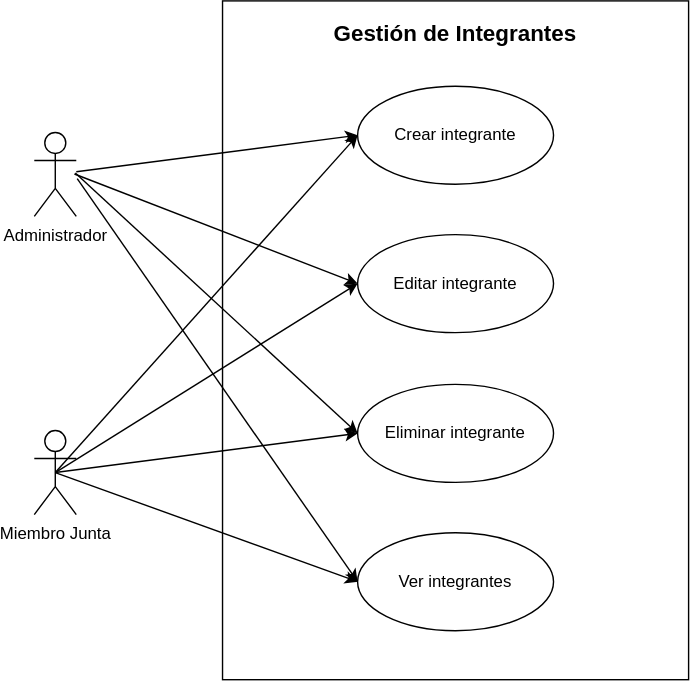
Manco312/Enjambre-EAFIT keeps this draw.io diagram as docs/diagrams/use case/Gestión de integrantes.svg. Above is the earlier version. Source tidied: cells renumbered, new cells last; positions are measured from the earlier drawing's top-left corner, leaving out a move shared by most shapes. Source of this version:
```xml
<mxGraphModel>
  <root>
    <mxCell id="0" />
    <mxCell id="1" parent="0" />
    <mxCell id="2" style="rounded=0;whiteSpace=wrap;html=1;fillColor=none;" parent="1" vertex="1">
      <mxGeometry x="134.5" width="333" height="485" as="geometry" />
    </mxCell>
    <mxCell id="3" value="Administrador" style="shape=umlActor;verticalLabelPosition=bottom;verticalAlign=top;html=1;outlineConnect=0;" parent="1" vertex="1">
      <mxGeometry y="94" width="30" height="60" as="geometry" />
    </mxCell>
    <mxCell id="4" value="Crear integrante" style="ellipse;whiteSpace=wrap;html=1;" parent="1" vertex="1">
      <mxGeometry x="231" y="61" width="140" height="70" as="geometry" />
    </mxCell>
    <mxCell id="5" value="Editar integrante" style="ellipse;whiteSpace=wrap;html=1;" parent="1" vertex="1">
      <mxGeometry x="231" y="167" width="140" height="70" as="geometry" />
    </mxCell>
    <mxCell id="6" value="Eliminar integrante" style="ellipse;whiteSpace=wrap;html=1;" parent="1" vertex="1">
      <mxGeometry x="231" y="274" width="140" height="70" as="geometry" />
    </mxCell>
    <mxCell id="7" value="Ver integrantes" style="ellipse;whiteSpace=wrap;html=1;" parent="1" vertex="1">
      <mxGeometry x="231" y="380" width="140" height="70" as="geometry" />
    </mxCell>
    <mxCell id="8" value="Miembro Junta" style="shape=umlActor;verticalLabelPosition=bottom;verticalAlign=top;html=1;outlineConnect=0;" parent="1" vertex="1">
      <mxGeometry y="307" width="30" height="60" as="geometry" />
    </mxCell>
    <mxCell id="9" value="Gestión de Integrantes" style="text;html=1;whiteSpace=wrap;strokeColor=none;fillColor=none;align=center;verticalAlign=middle;rounded=0;fontSize=16;fontStyle=1;" parent="1" vertex="1">
      <mxGeometry x="204" y="8" width="194" height="30" as="geometry" />
    </mxCell>
    <mxCell id="10" style="endArrow=classic;html=1;rounded=0;entryX=0;entryY=0.5;entryDx=0;entryDy=0;" parent="1" edge="1" source="3" target="4">
      <mxGeometry relative="1" as="geometry" />
    </mxCell>
    <mxCell id="11" style="endArrow=classic;html=1;rounded=0;entryX=0;entryY=0.5;entryDx=0;entryDy=0;" parent="1" edge="1" target="5">
      <mxGeometry relative="1" as="geometry">
        <mxPoint x="28.7" y="123.7" as="sourcePoint" />
      </mxGeometry>
    </mxCell>
    <mxCell id="12" style="endArrow=classic;html=1;rounded=0;entryX=0;entryY=0.5;entryDx=0;entryDy=0;" parent="1" edge="1" target="6">
      <mxGeometry relative="1" as="geometry">
        <mxPoint x="29.3" y="123" as="sourcePoint" />
      </mxGeometry>
    </mxCell>
    <mxCell id="13" style="endArrow=classic;html=1;rounded=0;entryX=0;entryY=0.5;entryDx=0;entryDy=0;" parent="1" edge="1" target="7">
      <mxGeometry relative="1" as="geometry">
        <mxPoint x="30.7" y="127" as="sourcePoint" />
      </mxGeometry>
    </mxCell>
    <mxCell id="14" style="endArrow=classic;html=1;rounded=0;exitX=0.5;exitY=0.5;exitDx=0;exitDy=0;exitPerimeter=0;entryX=0;entryY=0.5;entryDx=0;entryDy=0;" parent="1" edge="1" source="8" target="4">
      <mxGeometry relative="1" as="geometry" />
    </mxCell>
    <mxCell id="15" style="endArrow=classic;html=1;rounded=0;exitX=0.5;exitY=0.5;exitDx=0;exitDy=0;exitPerimeter=0;entryX=0;entryY=0.5;entryDx=0;entryDy=0;" parent="1" edge="1" source="8" target="5">
      <mxGeometry relative="1" as="geometry" />
    </mxCell>
    <mxCell id="16" style="endArrow=classic;html=1;rounded=0;exitX=0.5;exitY=0.5;exitDx=0;exitDy=0;exitPerimeter=0;entryX=0;entryY=0.5;entryDx=0;entryDy=0;" parent="1" edge="1" source="8" target="6">
      <mxGeometry relative="1" as="geometry" />
    </mxCell>
    <mxCell id="17" style="endArrow=classic;html=1;rounded=0;exitX=0.5;exitY=0.5;exitDx=0;exitDy=0;exitPerimeter=0;entryX=0;entryY=0.5;entryDx=0;entryDy=0;" parent="1" edge="1" source="8" target="7">
      <mxGeometry relative="1" as="geometry" />
    </mxCell>
  </root>
</mxGraphModel>
```
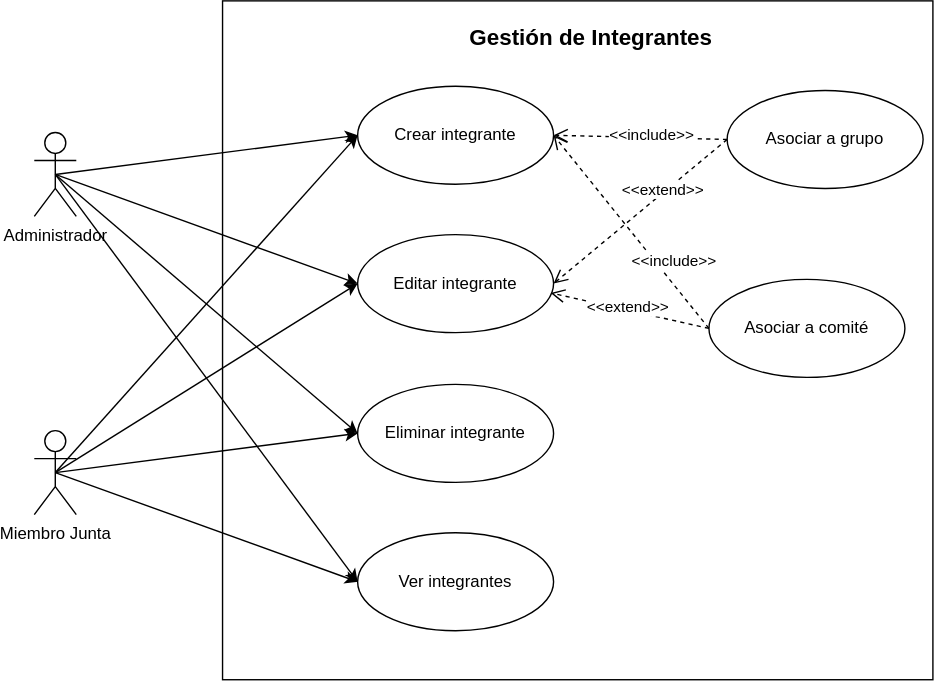
After the commit.

The edit, as a diff of the source:
```diff
@@ -1,9 +1,9 @@
-<mxGraphModel>
+<mxGraphModel background="light-dark(#ffffff, #121212)">
   <root>
     <mxCell id="0" />
     <mxCell id="1" parent="0" />
     <mxCell id="2" style="rounded=0;whiteSpace=wrap;html=1;fillColor=none;" parent="1" vertex="1">
-      <mxGeometry x="134.5" width="333" height="485" as="geometry" />
+      <mxGeometry x="134.5" width="507.5" height="485" as="geometry" />
     </mxCell>
     <mxCell id="3" value="Administrador" style="shape=umlActor;verticalLabelPosition=bottom;verticalAlign=top;html=1;outlineConnect=0;" parent="1" vertex="1">
       <mxGeometry y="94" width="30" height="60" as="geometry" />
@@ -24,25 +24,19 @@
       <mxGeometry y="307" width="30" height="60" as="geometry" />
     </mxCell>
     <mxCell id="9" value="Gestión de Integrantes" style="text;html=1;whiteSpace=wrap;strokeColor=none;fillColor=none;align=center;verticalAlign=middle;rounded=0;fontSize=16;fontStyle=1;" parent="1" vertex="1">
-      <mxGeometry x="204" y="8" width="194" height="30" as="geometry" />
+      <mxGeometry x="301" y="11" width="194" height="30" as="geometry" />
     </mxCell>
-    <mxCell id="10" style="endArrow=classic;html=1;rounded=0;entryX=0;entryY=0.5;entryDx=0;entryDy=0;" parent="1" edge="1" source="3" target="4">
+    <mxCell id="10" style="endArrow=classic;html=1;rounded=0;entryX=0;entryY=0.5;entryDx=0;entryDy=0;exitX=0.5;exitY=0.5;exitDx=0;exitDy=0;exitPerimeter=0;" parent="1" edge="1" source="3" target="4">
       <mxGeometry relative="1" as="geometry" />
     </mxCell>
-    <mxCell id="11" style="endArrow=classic;html=1;rounded=0;entryX=0;entryY=0.5;entryDx=0;entryDy=0;" parent="1" edge="1" target="5">
-      <mxGeometry relative="1" as="geometry">
-        <mxPoint x="28.7" y="123.7" as="sourcePoint" />
-      </mxGeometry>
+    <mxCell id="11" style="endArrow=classic;html=1;rounded=0;entryX=0;entryY=0.5;entryDx=0;entryDy=0;exitX=0.5;exitY=0.5;exitDx=0;exitDy=0;exitPerimeter=0;" parent="1" edge="1" source="3" target="5">
+      <mxGeometry relative="1" as="geometry" />
     </mxCell>
-    <mxCell id="12" style="endArrow=classic;html=1;rounded=0;entryX=0;entryY=0.5;entryDx=0;entryDy=0;" parent="1" edge="1" target="6">
-      <mxGeometry relative="1" as="geometry">
-        <mxPoint x="29.3" y="123" as="sourcePoint" />
-      </mxGeometry>
+    <mxCell id="12" style="endArrow=classic;html=1;rounded=0;entryX=0;entryY=0.5;entryDx=0;entryDy=0;exitX=0.5;exitY=0.5;exitDx=0;exitDy=0;exitPerimeter=0;" parent="1" edge="1" source="3" target="6">
+      <mxGeometry relative="1" as="geometry" />
     </mxCell>
-    <mxCell id="13" style="endArrow=classic;html=1;rounded=0;entryX=0;entryY=0.5;entryDx=0;entryDy=0;" parent="1" edge="1" target="7">
-      <mxGeometry relative="1" as="geometry">
-        <mxPoint x="30.7" y="127" as="sourcePoint" />
-      </mxGeometry>
+    <mxCell id="13" style="endArrow=classic;html=1;rounded=0;entryX=0;entryY=0.5;entryDx=0;entryDy=0;exitX=0.5;exitY=0.5;exitDx=0;exitDy=0;exitPerimeter=0;" parent="1" edge="1" source="3" target="7">
+      <mxGeometry relative="1" as="geometry" />
     </mxCell>
     <mxCell id="14" style="endArrow=classic;html=1;rounded=0;exitX=0.5;exitY=0.5;exitDx=0;exitDy=0;exitPerimeter=0;entryX=0;entryY=0.5;entryDx=0;entryDy=0;" parent="1" edge="1" source="8" target="4">
       <mxGeometry relative="1" as="geometry" />
@@ -56,5 +50,23 @@
     <mxCell id="17" style="endArrow=classic;html=1;rounded=0;exitX=0.5;exitY=0.5;exitDx=0;exitDy=0;exitPerimeter=0;entryX=0;entryY=0.5;entryDx=0;entryDy=0;" parent="1" edge="1" source="8" target="7">
       <mxGeometry relative="1" as="geometry" />
     </mxCell>
+    <mxCell id="18" value="Asociar a grupo" style="ellipse;whiteSpace=wrap;html=1;" parent="1" vertex="1">
+      <mxGeometry x="495" y="64" width="140" height="70" as="geometry" />
+    </mxCell>
+    <mxCell id="19" value="&amp;lt;&amp;lt;include&amp;gt;&amp;gt;" style="html=1;verticalAlign=bottom;endArrow=open;dashed=1;endSize=8;curved=0;rounded=0;exitX=0;exitY=0.5;exitDx=0;exitDy=0;entryX=1;entryY=0.5;entryDx=0;entryDy=0;" parent="1" edge="1" source="18" target="4">
+      <mxGeometry x="-0.13" y="7" relative="1" as="geometry" />
+    </mxCell>
+    <mxCell id="20" value="&amp;lt;&amp;lt;extend&amp;gt;&amp;gt;" style="html=1;verticalAlign=bottom;endArrow=open;dashed=1;endSize=8;curved=0;rounded=0;exitX=0;exitY=0.5;exitDx=0;exitDy=0;entryX=1;entryY=0.5;entryDx=0;entryDy=0;" parent="1" edge="1" source="18" target="5">
+      <mxGeometry x="-0.21" y="5" relative="1" as="geometry" />
+    </mxCell>
+    <mxCell id="21" value="Asociar a comité" style="ellipse;whiteSpace=wrap;html=1;" parent="1" vertex="1">
+      <mxGeometry x="482" y="199" width="140" height="70" as="geometry" />
+    </mxCell>
+    <mxCell id="22" value="&amp;lt;&amp;lt;include&amp;gt;&amp;gt;" style="html=1;verticalAlign=bottom;endArrow=open;dashed=1;endSize=8;curved=0;rounded=0;exitX=0;exitY=0.5;exitDx=0;exitDy=0;entryX=1;entryY=0.5;entryDx=0;entryDy=0;" parent="1" edge="1" source="21" target="4">
+      <mxGeometry x="-0.48" y="-5" relative="1" as="geometry" />
+    </mxCell>
+    <mxCell id="23" value="&amp;lt;&amp;lt;extend&amp;gt;&amp;gt;" style="html=1;verticalAlign=bottom;endArrow=open;dashed=1;endSize=8;curved=0;rounded=0;exitX=0;exitY=0.5;exitDx=0;exitDy=0;entryX=0.985;entryY=0.595;entryDx=0;entryDy=0;entryPerimeter=0;" parent="1" edge="1" source="21" target="5">
+      <mxGeometry x="-0.01" y="7" relative="1" as="geometry" />
+    </mxCell>
   </root>
 </mxGraphModel>
```
